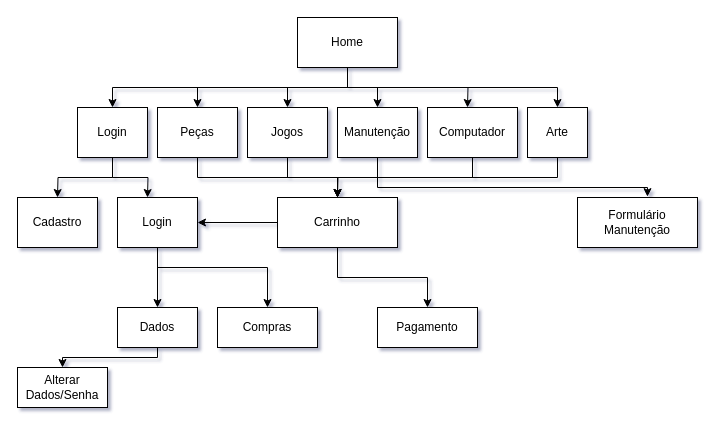
Earlier version of the draw.io diagram uploads/Usuário.drawio (iasdomingos03/tcc). Source tidied: cells renumbered, new cells numbered last; positions are measured from the earlier drawing's top-left corner, leaving out a move shared by most shapes. Both pictures are drawn from the tidied source at 100%, with x=0, y=0 at pixel (17, 17).
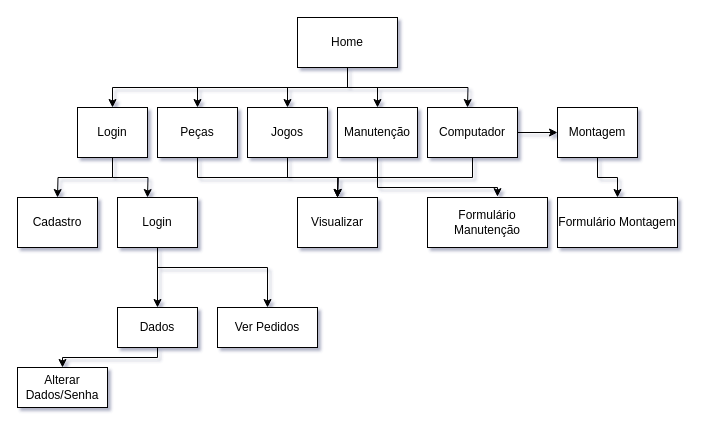
The same diagram, later.

The change refers to these unchanged cells:
```xml
<mxCell id="8" value="Home&lt;br&gt;" style="rounded=0;whiteSpace=wrap;html=1;" parent="1" vertex="1">
  <mxGeometry x="280" width="100" height="50" as="geometry" />
</mxCell>
<mxCell id="10" value="Computador" style="rounded=0;whiteSpace=wrap;html=1;" parent="1" vertex="1">
  <mxGeometry x="410" y="90" width="90" height="50" as="geometry" />
</mxCell>
<mxCell id="12" value="Manutenção" style="rounded=0;whiteSpace=wrap;html=1;" parent="1" vertex="1">
  <mxGeometry x="320" y="90" width="80" height="50" as="geometry" />
</mxCell>
<mxCell id="19" value="Peças" style="rounded=0;whiteSpace=wrap;html=1;" parent="1" vertex="1">
  <mxGeometry x="140" y="90" width="80" height="50" as="geometry" />
</mxCell>
<mxCell id="25" value="Login" style="rounded=0;whiteSpace=wrap;html=1;" parent="1" vertex="1">
  <mxGeometry x="100" y="180" width="80" height="50" as="geometry" />
</mxCell>
```

The edit, as a diff of the source:
```diff
@@
-    <mxCell id="7" style="edgeStyle=orthogonalEdgeStyle;rounded=0;jettySize=auto;html=1;exitX=0.5;exitY=1;exitDx=0;exitDy=0;" parent="1" edge="1" source="8" target="21">
-      <mxGeometry relative="1" as="geometry" />
-    </mxCell>
@@
-    <mxCell id="9" style="edgeStyle=orthogonalEdgeStyle;rounded=0;jettySize=auto;html=1;exitX=0.5;exitY=1;exitDx=0;exitDy=0;entryX=0.5;entryY=0;entryDx=0;entryDy=0;" parent="1" edge="1" source="10" target="28">
-      <mxGeometry relative="1" as="geometry" />
+    <mxCell id="9" style="edgeStyle=orthogonalEdgeStyle;rounded=0;jettySize=auto;html=1;exitX=0.5;exitY=1;exitDx=0;exitDy=0;entryX=0.5;entryY=0;entryDx=0;entryDy=0;" parent="1" edge="1" source="10">
+      <mxGeometry relative="1" as="geometry">
+        <mxPoint x="320" y="180" as="targetPoint" />
+      </mxGeometry>
     </mxCell>
+    <mxCell id="35" style="edgeStyle=orthogonalEdgeStyle;rounded=0;jettySize=auto;html=1;exitX=1;exitY=0.5;exitDx=0;exitDy=0;entryX=0;entryY=0.5;entryDx=0;entryDy=0;" parent="1" edge="1" source="10" target="38">
+      <mxGeometry relative="1" as="geometry" />
+    </mxCell>
@@
     <mxCell id="11" style="edgeStyle=orthogonalEdgeStyle;rounded=0;jettySize=auto;html=1;exitX=0.5;exitY=1;exitDx=0;exitDy=0;entryX=0.583;entryY=-0.017;entryDx=0;entryDy=0;entryPerimeter=0;" parent="1" edge="1" source="12" target="33">
       <mxGeometry relative="1" as="geometry">
         <Array as="points">
           <mxPoint x="360" y="170" />
-          <mxPoint x="630" y="170" />
+          <mxPoint x="480" y="170" />
         </Array>
       </mxGeometry>
     </mxCell>
@@
-    <mxCell id="18" style="edgeStyle=orthogonalEdgeStyle;rounded=0;jettySize=auto;html=1;exitX=0.5;exitY=1;exitDx=0;exitDy=0;entryX=0.5;entryY=0;entryDx=0;entryDy=0;" parent="1" edge="1" source="19" target="28">
-      <mxGeometry relative="1" as="geometry" />
+    <mxCell id="18" style="edgeStyle=orthogonalEdgeStyle;rounded=0;jettySize=auto;html=1;exitX=0.5;exitY=1;exitDx=0;exitDy=0;entryX=0.5;entryY=0;entryDx=0;entryDy=0;" parent="1" edge="1" source="19">
+      <mxGeometry relative="1" as="geometry">
+        <mxPoint x="320" y="180" as="targetPoint" />
+      </mxGeometry>
     </mxCell>
@@
-    <mxCell id="20" style="edgeStyle=orthogonalEdgeStyle;rounded=0;jettySize=auto;html=1;exitX=0.5;exitY=1;exitDx=0;exitDy=0;entryX=0.5;entryY=0;entryDx=0;entryDy=0;" parent="1" edge="1" source="21" target="28">
-      <mxGeometry relative="1" as="geometry" />
-    </mxCell>
-    <mxCell id="21" value="Arte" style="rounded=0;whiteSpace=wrap;html=1;" parent="1" vertex="1">
-      <mxGeometry x="510" y="90" width="60" height="50" as="geometry" />
-    </mxCell>
@@
-    <mxCell id="26" style="edgeStyle=orthogonalEdgeStyle;rounded=0;jettySize=auto;html=1;exitX=0;exitY=0.5;exitDx=0;exitDy=0;entryX=1;entryY=0.5;entryDx=0;entryDy=0;" parent="1" edge="1" source="28" target="25">
-      <mxGeometry relative="1" as="geometry" />
-    </mxCell>
-    <mxCell id="27" style="edgeStyle=orthogonalEdgeStyle;rounded=0;jettySize=auto;html=1;exitX=0.5;exitY=1;exitDx=0;exitDy=0;" parent="1" edge="1" source="28" target="32">
-      <mxGeometry relative="1" as="geometry" />
-    </mxCell>
-    <mxCell id="28" value="Carrinho" style="rounded=0;whiteSpace=wrap;html=1;" parent="1" vertex="1">
-      <mxGeometry x="260" y="180" width="120" height="50" as="geometry" />
-    </mxCell>
@@
-    <mxCell id="31" value="Compras" style="rounded=0;whiteSpace=wrap;html=1;" parent="1" vertex="1">
+    <mxCell id="31" value="Ver Pedidos" style="rounded=0;whiteSpace=wrap;html=1;" parent="1" vertex="1">
       <mxGeometry x="200" y="290" width="100" height="40" as="geometry" />
     </mxCell>
-    <mxCell id="32" value="Pagamento" style="rounded=0;whiteSpace=wrap;html=1;" parent="1" vertex="1">
-      <mxGeometry x="360" y="290" width="100" height="40" as="geometry" />
-    </mxCell>
     <mxCell id="33" value="Formulário Manutenção" style="rounded=0;whiteSpace=wrap;html=1;" parent="1" vertex="1">
-      <mxGeometry x="560" y="180" width="120" height="50" as="geometry" />
+      <mxGeometry x="410" y="180" width="120" height="50" as="geometry" />
     </mxCell>
@@
+    <mxCell id="36" value="Visualizar" style="rounded=0;whiteSpace=wrap;html=1;" parent="1" vertex="1">
+      <mxGeometry x="280" y="180" width="80" height="50" as="geometry" />
+    </mxCell>
+    <mxCell id="37" style="edgeStyle=orthogonalEdgeStyle;rounded=0;jettySize=auto;html=1;exitX=0.5;exitY=1;exitDx=0;exitDy=0;entryX=0.5;entryY=0;entryDx=0;entryDy=0;" parent="1" edge="1" source="38" target="39">
+      <mxGeometry relative="1" as="geometry" />
+    </mxCell>
+    <mxCell id="38" value="Montagem" style="rounded=0;whiteSpace=wrap;html=1;" parent="1" vertex="1">
+      <mxGeometry x="540" y="90" width="80" height="50" as="geometry" />
+    </mxCell>
+    <mxCell id="39" value="Formulário Montagem" style="rounded=0;whiteSpace=wrap;html=1;" parent="1" vertex="1">
+      <mxGeometry x="540" y="180" width="120" height="50" as="geometry" />
+    </mxCell>
```
